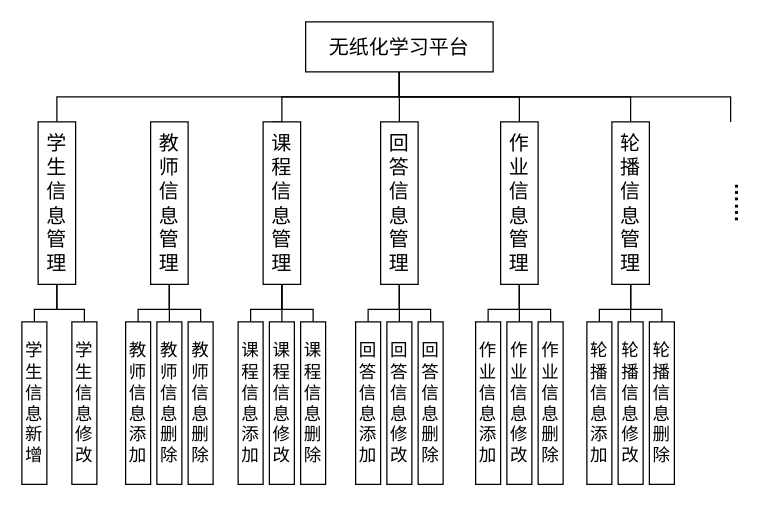
Earlier version of the draw.io diagram imgs/系统总体结构图.drawio (jaclkliao/imgs). Source tidied: cells renumbered, new cells numbered last; positions are measured from the earlier drawing's top-left corner, leaving out a move shared by most shapes. Both pictures are drawn from the tidied source at 125%, with x=0, y=0 at pixel (21, 21).
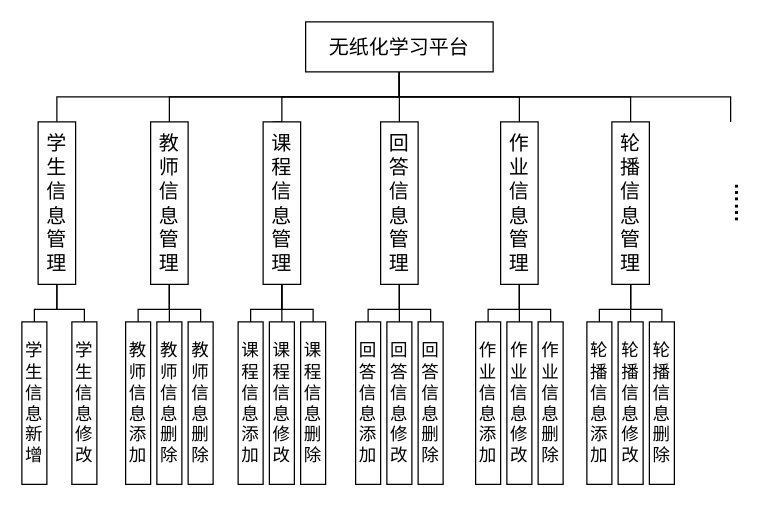
Above is the later version.

Commit message:
更新系统总体结构图.drawio

The change refers to these unchanged cells:
```xml
<mxCell id="8" value="无纸化学习平台" style="rounded=0;whiteSpace=wrap;html=1;fontSize=16;fontFamily=宋体;" parent="1" vertex="1">
  <mxGeometry x="227" width="150" height="40" as="geometry" />
</mxCell>
<mxCell id="15" value="教师信息管理" style="rounded=0;whiteSpace=wrap;html=1;glass=0;sketch=0;horizontal=1;fontSize=16;fontFamily=宋体;" parent="1" vertex="1">
  <mxGeometry x="103" y="80" width="30" height="130" as="geometry" />
</mxCell>
```

Diff of the diagram source:
```diff
@@
+    <mxCell id="50" style="edgeStyle=orthogonalEdgeStyle;rounded=0;jettySize=auto;html=1;fontFamily=宋体;fontSize=14;endArrow=none;endFill=0;" parent="1" edge="1" source="8" target="15">
+      <mxGeometry relative="1" as="geometry">
+        <Array as="points">
+          <mxPoint x="302" y="60" />
+          <mxPoint x="118" y="60" />
+        </Array>
+      </mxGeometry>
+    </mxCell>
```
